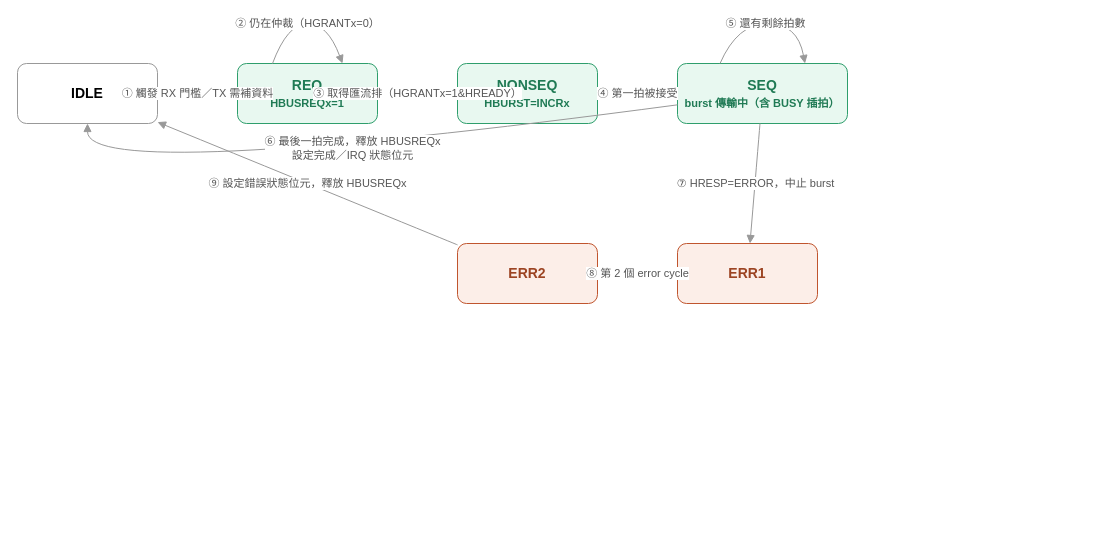
This is Upload/ahb_master_fsm.drawio from shj-F115112128/SOC_Practice, a draw.io file, before an edit. Source tidied: cells renumbered, new cells numbered last; positions are measured from the earlier drawing's top-left corner, leaving out a move shared by most shapes. Both pictures are drawn from the tidied source at 100%, with x=0, y=0 at pixel (17, 23).
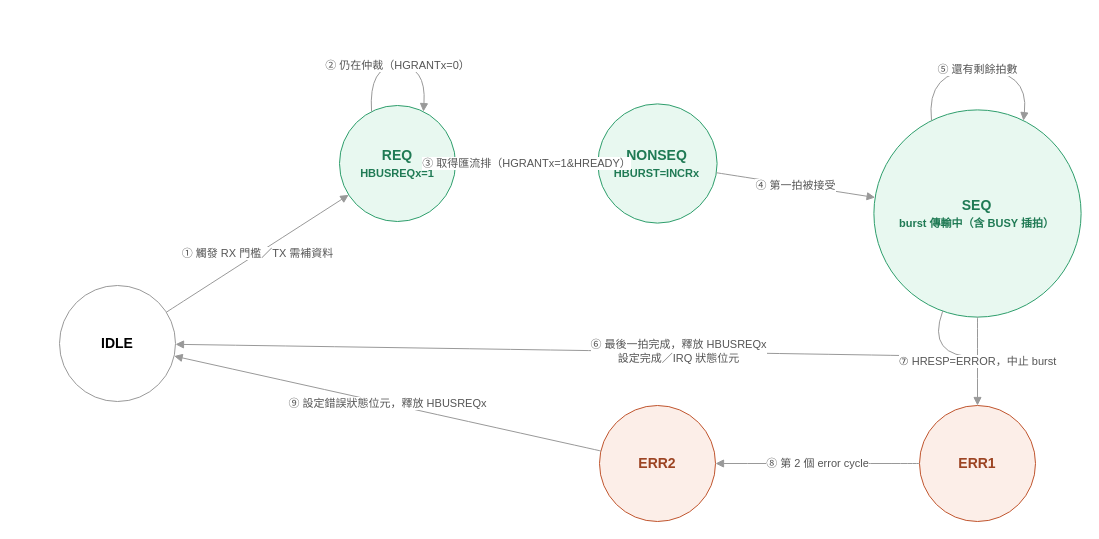
The same diagram, later.

Change to the diagram source:
```diff
@@
-    <mxCell id="2" value="IDLE" style="rounded=1;whiteSpace=wrap;html=1;fillColor=#FFFFFF;strokeColor=#999999;fontSize=14;fontStyle=1;" parent="1" vertex="1">
-      <mxGeometry y="40" width="140" height="60" as="geometry" />
+    <mxCell id="2" value="IDLE" style="ellipse;whiteSpace=wrap;html=1;fillColor=#FFFFFF;strokeColor=#999999;fontSize=14;fontStyle=1;" parent="1" vertex="1">
+      <mxGeometry x="42" y="262" width="116" height="116" as="geometry" />
     </mxCell>
-    <mxCell id="3" value="REQ&#10;&lt;font style=&quot;font-size:11px&quot; color=&quot;#1F7A54&quot;&gt;HBUSREQx=1&lt;/font&gt;" style="rounded=1;whiteSpace=wrap;html=1;fillColor=#E8F8F0;strokeColor=#2E9E6C;fontColor=#1F7A54;fontSize=14;fontStyle=1;" parent="1" vertex="1">
-      <mxGeometry x="220" y="40" width="140" height="60" as="geometry" />
+    <mxCell id="3" value="REQ&#10;&lt;font style=&quot;font-size:11px&quot; color=&quot;#1F7A54&quot;&gt;HBUSREQx=1&lt;/font&gt;" style="ellipse;whiteSpace=wrap;html=1;fillColor=#E8F8F0;strokeColor=#2E9E6C;fontColor=#1F7A54;fontSize=14;fontStyle=1;" parent="1" vertex="1">
+      <mxGeometry x="322" y="82" width="116" height="116" as="geometry" />
     </mxCell>
-    <mxCell id="4" value="NONSEQ&#10;&lt;font style=&quot;font-size:11px&quot; color=&quot;#1F7A54&quot;&gt;HBURST=INCRx&lt;/font&gt;" style="rounded=1;whiteSpace=wrap;html=1;fillColor=#E8F8F0;strokeColor=#2E9E6C;fontColor=#1F7A54;fontSize=14;fontStyle=1;" parent="1" vertex="1">
-      <mxGeometry x="440" y="40" width="140" height="60" as="geometry" />
+    <mxCell id="4" value="NONSEQ&#10;&lt;font style=&quot;font-size:11px&quot; color=&quot;#1F7A54&quot;&gt;HBURST=INCRx&lt;/font&gt;" style="ellipse;whiteSpace=wrap;html=1;fillColor=#E8F8F0;strokeColor=#2E9E6C;fontColor=#1F7A54;fontSize=14;fontStyle=1;" parent="1" vertex="1">
+      <mxGeometry x="580.4" y="80.4" width="119.2" height="119.2" as="geometry" />
     </mxCell>
-    <mxCell id="5" value="SEQ&#10;&lt;font style=&quot;font-size:11px&quot; color=&quot;#1F7A54&quot;&gt;burst 傳輸中（含 BUSY 插拍）&lt;/font&gt;" style="rounded=1;whiteSpace=wrap;html=1;fillColor=#E8F8F0;strokeColor=#2E9E6C;fontColor=#1F7A54;fontSize=14;fontStyle=1;" parent="1" vertex="1">
-      <mxGeometry x="660" y="40" width="170" height="60" as="geometry" />
+    <mxCell id="5" value="SEQ&#10;&lt;font style=&quot;font-size:11px&quot; color=&quot;#1F7A54&quot;&gt;burst 傳輸中（含 BUSY 插拍）&lt;/font&gt;" style="ellipse;whiteSpace=wrap;html=1;fillColor=#E8F8F0;strokeColor=#2E9E6C;fontColor=#1F7A54;fontSize=14;fontStyle=1;" parent="1" vertex="1">
+      <mxGeometry x="856.4" y="86.4" width="207.2" height="207.2" as="geometry" />
     </mxCell>
-    <mxCell id="6" value="ERR1" style="rounded=1;whiteSpace=wrap;html=1;fillColor=#FCEEE8;strokeColor=#C0552E;fontColor=#9C4423;fontSize=14;fontStyle=1;" parent="1" vertex="1">
-      <mxGeometry x="660" y="220" width="140" height="60" as="geometry" />
+    <mxCell id="6" value="ERR1" style="ellipse;whiteSpace=wrap;html=1;fillColor=#FCEEE8;strokeColor=#C0552E;fontColor=#9C4423;fontSize=14;fontStyle=1;" parent="1" vertex="1">
+      <mxGeometry x="902" y="382" width="116" height="116" as="geometry" />
     </mxCell>
-    <mxCell id="7" value="ERR2" style="rounded=1;whiteSpace=wrap;html=1;fillColor=#FCEEE8;strokeColor=#C0552E;fontColor=#9C4423;fontSize=14;fontStyle=1;" parent="1" vertex="1">
-      <mxGeometry x="440" y="220" width="140" height="60" as="geometry" />
+    <mxCell id="7" value="ERR2" style="ellipse;whiteSpace=wrap;html=1;fillColor=#FCEEE8;strokeColor=#C0552E;fontColor=#9C4423;fontSize=14;fontStyle=1;" parent="1" vertex="1">
+      <mxGeometry x="582" y="382" width="116" height="116" as="geometry" />
     </mxCell>
@@
     <mxCell id="9" value="② 仍在仲裁（HGRANTx=0）" style="curved=1;endArrow=block;html=1;strokeColor=#999999;fontSize=11;fontColor=#555555;exitX=0.25;exitY=0;exitDx=0;exitDy=0;entryX=0.75;entryY=0;entryDx=0;entryDy=0;" parent="1" edge="1" source="3" target="3">
       <mxGeometry relative="1" as="geometry">
         <Array as="points">
-          <mxPoint x="270" />
-          <mxPoint x="310" />
+          <mxPoint x="351" y="42" />
+          <mxPoint x="409" y="42" />
         </Array>
       </mxGeometry>
     </mxCell>
@@
     <mxCell id="12" value="⑤ 還有剩餘拍數" style="curved=1;endArrow=block;html=1;strokeColor=#999999;fontSize=11;fontColor=#555555;exitX=0.25;exitY=0;exitDx=0;exitDy=0;entryX=0.75;entryY=0;entryDx=0;entryDy=0;" parent="1" edge="1" source="5" target="5">
       <mxGeometry relative="1" as="geometry">
         <Array as="points">
-          <mxPoint x="720" />
-          <mxPoint x="780" />
+          <mxPoint x="908.2" y="46.4" />
+          <mxPoint x="1011.8" y="46.4" />
         </Array>
       </mxGeometry>
     </mxCell>
     <mxCell id="13" value="⑥ 最後一拍完成，釋放 HBUSREQx&#10;設定完成／IRQ 狀態位元" style="curved=1;endArrow=block;html=1;strokeColor=#999999;fontSize=11;fontColor=#555555;" parent="1" edge="1" source="5" target="2">
       <mxGeometry relative="1" as="geometry">
         <Array as="points">
-          <mxPoint x="70" y="160" />
+          <mxPoint x="908.2" y="333.6" />
+          <mxPoint x="1011.8" y="333.6" />
         </Array>
       </mxGeometry>
     </mxCell>
```
